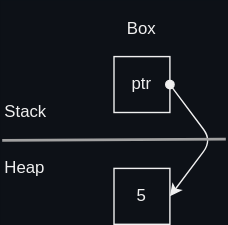
The draw.io diagram docs/rust/memory_layout/images/box.drawio.svg in htgithub194/self-study, before a commit. Source tidied: cells renumbered, new cells last; positions are measured from the earlier drawing's top-left corner, leaving out a move shared by most shapes.
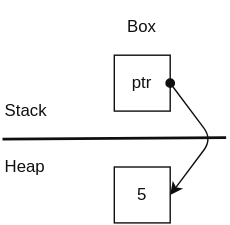
The same diagram one commit later.

What changed in the source:
```diff
@@ -1,33 +1,33 @@
-<mxGraphModel background="#0D1117">
+<mxGraphModel>
   <root>
     <mxCell id="0" />
     <mxCell id="1" parent="0" />
-    <mxCell id="2" value="5" style="rounded=0;whiteSpace=wrap;html=1;flipH=1;flipV=1;fillColor=none;fontColor=#F0F0F0;strokeColor=#F0F0F0;" parent="1" vertex="1">
+    <mxCell id="2" value="5" style="rounded=0;whiteSpace=wrap;html=1;flipH=1;flipV=1;fillColor=none;fontColor=light-dark(#0F0F0F,#F0F0F0);strokeColor=light-dark(#0F0F0F,#F0F0F0);" parent="1" vertex="1">
       <mxGeometry x="80" y="120" width="40" height="40" as="geometry" />
     </mxCell>
-    <mxCell id="3" style="edgeStyle=none;html=1;entryX=1;entryY=0.5;entryDx=0;entryDy=0;exitX=1;exitY=0.5;exitDx=0;exitDy=0;startArrow=oval;startFill=1;strokeColor=#F0F0F0;" parent="1" edge="1" source="4" target="2">
+    <mxCell id="3" style="edgeStyle=none;html=1;entryX=1;entryY=0.5;entryDx=0;entryDy=0;exitX=1;exitY=0.5;exitDx=0;exitDy=0;startArrow=oval;startFill=1;strokeColor=light-dark(#0F0F0F,#F0F0F0);fontColor=light-dark(#0F0F0F,#F0F0F0);" parent="1" edge="1" source="4" target="2">
       <mxGeometry relative="1" as="geometry">
         <Array as="points">
           <mxPoint x="150" y="100" />
         </Array>
       </mxGeometry>
     </mxCell>
-    <mxCell id="4" value="ptr" style="rounded=0;whiteSpace=wrap;html=1;flipH=1;flipV=1;fillColor=none;fontColor=#F0F0F0;strokeColor=#F0F0F0;" parent="1" vertex="1">
+    <mxCell id="4" value="ptr" style="rounded=0;whiteSpace=wrap;html=1;flipH=1;flipV=1;fillColor=none;fontColor=light-dark(#0F0F0F,#F0F0F0);strokeColor=light-dark(#0F0F0F,#F0F0F0);" parent="1" vertex="1">
       <mxGeometry x="80" y="40" width="40" height="40" as="geometry" />
     </mxCell>
-    <mxCell id="5" value="Stack" style="text;html=1;strokeColor=none;fillColor=none;align=left;verticalAlign=middle;whiteSpace=wrap;rounded=0;fontColor=#F0F0F0;" parent="1" vertex="1">
+    <mxCell id="5" value="Stack" style="text;html=1;strokeColor=none;fillColor=none;align=left;verticalAlign=middle;whiteSpace=wrap;rounded=0;fontColor=light-dark(#0F0F0F,#F0F0F0);" parent="1" vertex="1">
       <mxGeometry y="60" width="80" height="40" as="geometry" />
     </mxCell>
-    <mxCell id="6" value="Heap" style="text;html=1;strokeColor=none;fillColor=none;align=left;verticalAlign=middle;whiteSpace=wrap;rounded=0;fontColor=#F0F0F0;" parent="1" vertex="1">
+    <mxCell id="6" value="Heap" style="text;html=1;strokeColor=none;fillColor=none;align=left;verticalAlign=middle;whiteSpace=wrap;rounded=0;fontColor=light-dark(#0F0F0F,#F0F0F0);" parent="1" vertex="1">
       <mxGeometry y="100" width="80" height="40" as="geometry" />
     </mxCell>
-    <mxCell id="7" style="endArrow=none;html=1;strokeColor=#A0A0A0;strokeWidth=2;fontColor=#F0F0F0;" parent="1" edge="1">
+    <mxCell id="7" style="endArrow=none;html=1;strokeColor=light-dark(#0F0F0F,#F0F0F0);strokeWidth=2;fontColor=light-dark(#0F0F0F,#F0F0F0);" parent="1" edge="1">
       <mxGeometry relative="1" as="geometry">
         <mxPoint y="100" as="sourcePoint" />
         <mxPoint x="160" y="99" as="targetPoint" />
       </mxGeometry>
     </mxCell>
-    <mxCell id="8" value="Box" style="text;html=1;strokeColor=none;fillColor=none;align=center;verticalAlign=middle;whiteSpace=wrap;rounded=0;fontColor=#F0F0F0;" parent="1" vertex="1">
+    <mxCell id="8" value="Box" style="text;html=1;strokeColor=none;fillColor=none;align=center;verticalAlign=middle;whiteSpace=wrap;rounded=0;fontColor=light-dark(#0F0F0F,#F0F0F0);" parent="1" vertex="1">
       <mxGeometry x="80" width="40" height="40" as="geometry" />
     </mxCell>
   </root>
```
